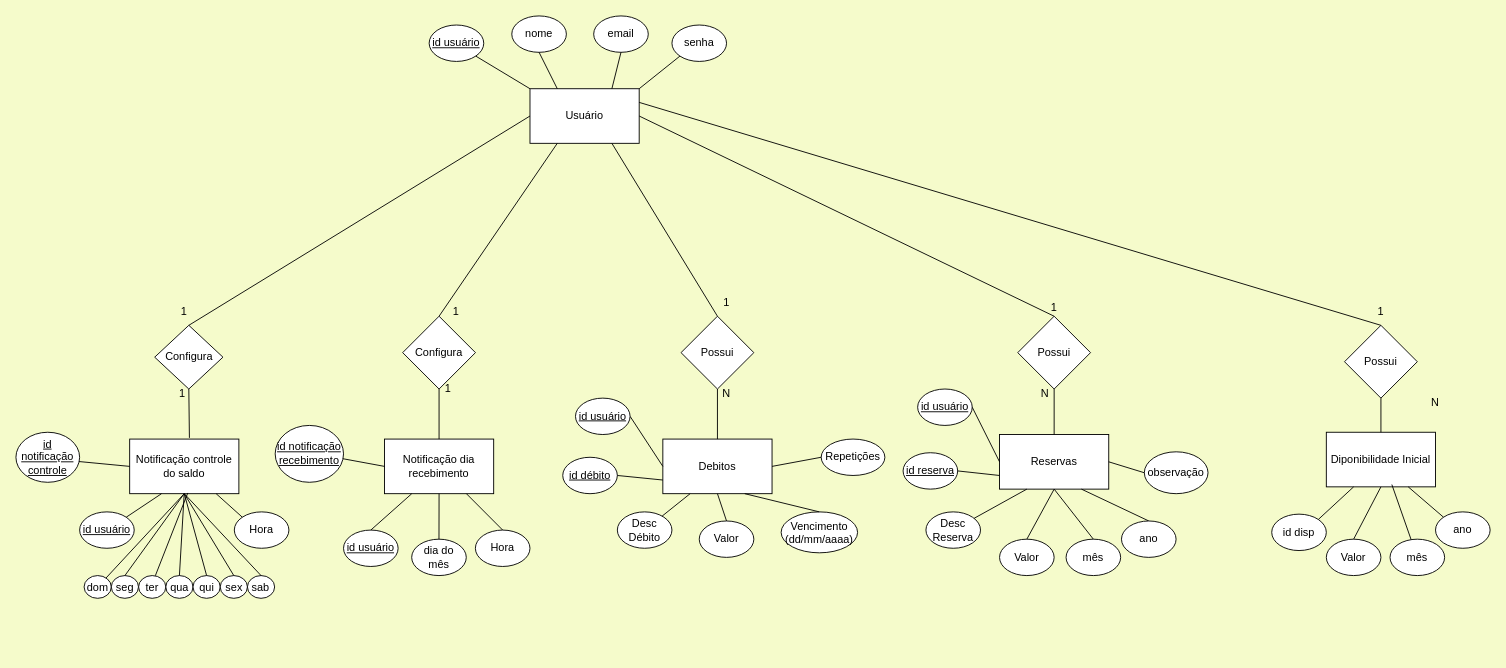
The draw.io diagram evidências/Modelagem banco de dados/finance-app.drawio in lucascoimbra-lab/finance-app, before the edit. Source tidied: cells renumbered, new cells numbered last; positions are measured from the earlier drawing's top-left corner, leaving out a move shared by most shapes. Both pictures are drawn from the tidied source at 91%, with x=0, y=0 at pixel (15, 15).
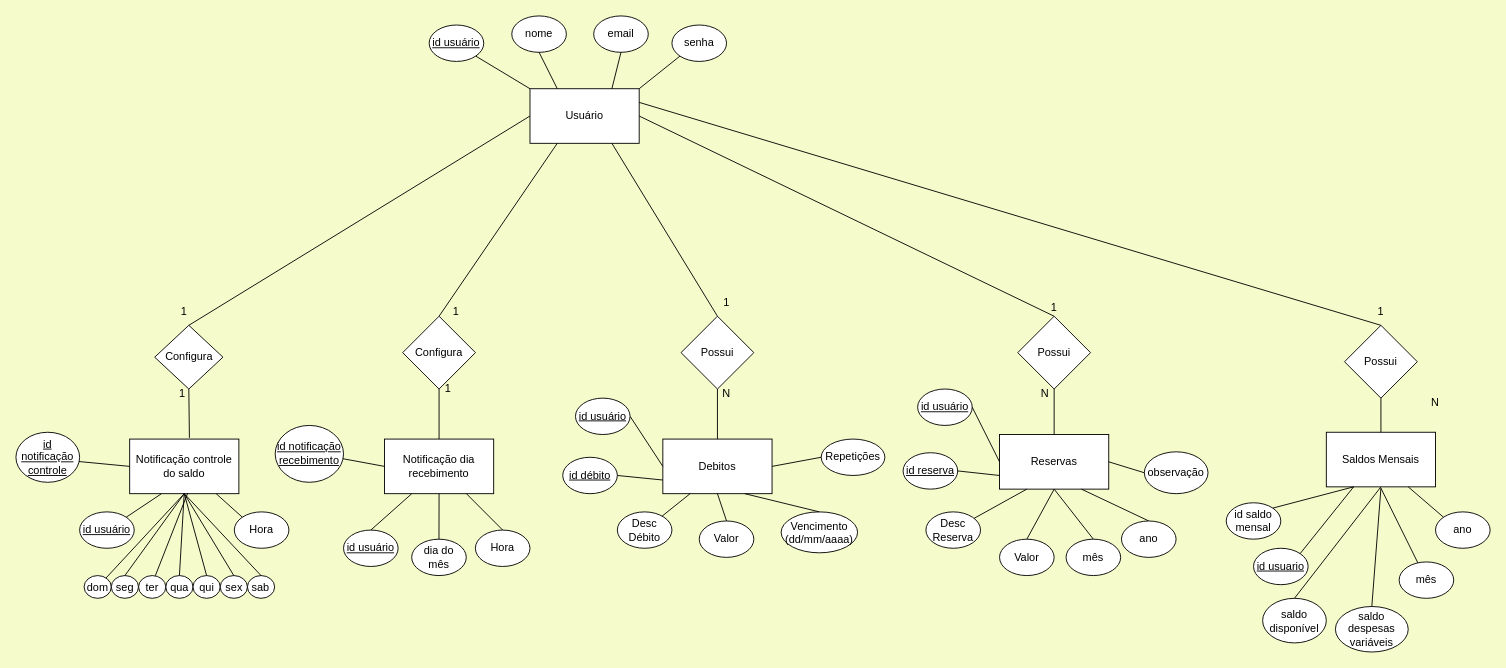
Above is the later version.

What changed in the source:
```diff
@@
-    <mxCell id="86" value="Diponibilidade Inicial" style="rounded=0;whiteSpace=wrap;html=1;" parent="1" vertex="1">
+    <mxCell id="86" value="Saldos Mensais" style="rounded=0;whiteSpace=wrap;html=1;" parent="1" vertex="1">
       <mxGeometry x="1440" y="457.5" width="120" height="60" as="geometry" />
     </mxCell>
@@
-    <mxCell id="91" value="id disp" style="ellipse;whiteSpace=wrap;html=1;" parent="1" vertex="1">
-      <mxGeometry x="1380" y="547.5" width="60" height="40" as="geometry" />
+    <mxCell id="91" value="id saldo mensal" style="ellipse;whiteSpace=wrap;html=1;" parent="1" vertex="1">
+      <mxGeometry x="1330" y="535" width="60" height="40" as="geometry" />
     </mxCell>
-    <mxCell id="92" value="Valor" style="ellipse;whiteSpace=wrap;html=1;" parent="1" vertex="1">
-      <mxGeometry x="1440" y="575" width="60" height="40" as="geometry" />
+    <mxCell id="92" value="saldo disponível" style="ellipse;whiteSpace=wrap;html=1;" parent="1" vertex="1">
+      <mxGeometry x="1370" y="640" width="70" height="49" as="geometry" />
     </mxCell>
@@
     <mxCell id="97" value="mês" style="ellipse;whiteSpace=wrap;html=1;" parent="1" vertex="1">
-      <mxGeometry x="1510" y="575" width="60" height="40" as="geometry" />
+      <mxGeometry x="1520" y="600" width="60" height="40" as="geometry" />
     </mxCell>
-    <mxCell id="98" style="endArrow=none;html=1;rounded=0;exitX=0.6;exitY=0.958;exitDx=0;exitDy=0;exitPerimeter=0;" parent="1" edge="1" source="86" target="97">
-      <mxGeometry relative="1" as="geometry" />
+    <mxCell id="98" style="endArrow=none;html=1;rounded=0;" parent="1" edge="1" target="97">
+      <mxGeometry relative="1" as="geometry">
+        <mxPoint x="1500" y="519" as="sourcePoint" />
+      </mxGeometry>
     </mxCell>
@@
+    <mxCell id="103" value="id usuario" style="ellipse;whiteSpace=wrap;html=1;fontStyle=4;" parent="1" vertex="1">
+      <mxGeometry x="1360" y="585" width="60" height="40" as="geometry" />
+    </mxCell>
+    <mxCell id="104" style="endArrow=none;html=1;rounded=0;entryX=1;entryY=0;entryDx=0;entryDy=0;exitX=0.25;exitY=1;exitDx=0;exitDy=0;" parent="1" edge="1" source="86" target="103">
+      <mxGeometry relative="1" as="geometry" />
+    </mxCell>
+    <mxCell id="105" value="saldo despesas variáveis" style="ellipse;whiteSpace=wrap;html=1;" parent="1" vertex="1">
+      <mxGeometry x="1450" y="649" width="80" height="50" as="geometry" />
+    </mxCell>
+    <mxCell id="106" style="endArrow=none;html=1;rounded=0;entryX=0.5;entryY=0;entryDx=0;entryDy=0;" parent="1" edge="1" target="105">
+      <mxGeometry relative="1" as="geometry">
+        <mxPoint x="1500" y="519" as="sourcePoint" />
+      </mxGeometry>
+    </mxCell>
```
